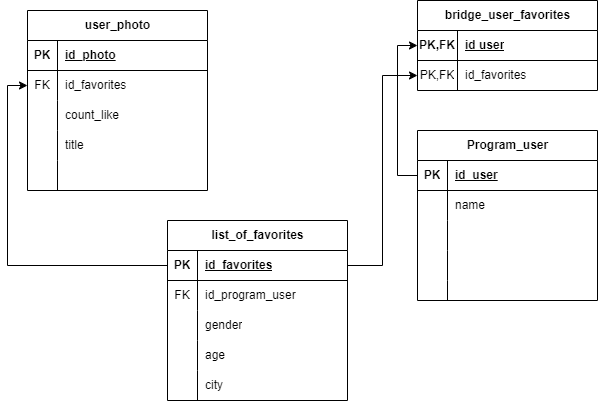
The draw.io diagram BD_telegram_bot.png in Orlov-Oleg-Igorevich/VKinder, before a commit. Source tidied: cells renumbered, new cells last; positions are measured from the earlier drawing's top-left corner, leaving out a move shared by most shapes.
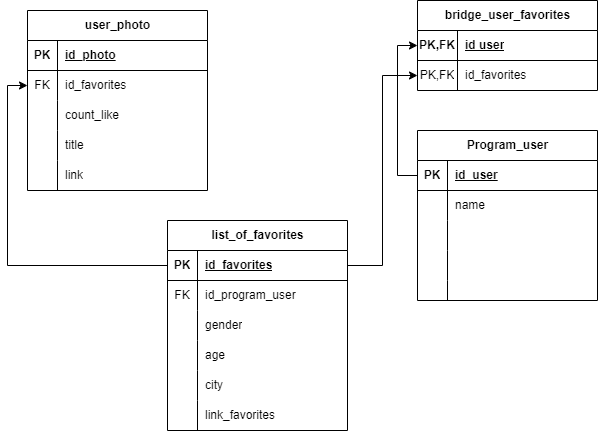
The same file after the commit.

The edit, as a diff of the source:
```diff
@@ -3,7 +3,7 @@
     <mxCell id="0" />
     <mxCell id="1" parent="0" />
     <mxCell id="2" value="list_of_favorites" style="shape=table;startSize=30;rowLines=0;fontStyle=1;align=center;html=1;" parent="1" vertex="1">
-      <mxGeometry x="140" y="220" width="180" height="180" as="geometry" />
+      <mxGeometry x="140" y="220" width="180" height="210" as="geometry" />
     </mxCell>
     <mxCell id="3" style="shape=tableRow;horizontal=0;startSize=0;swimlaneHead=0;swimlaneBody=0;fillColor=none;points=[[0,0.5],[1,0.5]];portConstraint=eastwest;top=0;left=0;right=0;bottom=1;" parent="2" vertex="1">
       <mxGeometry y="30" width="180" height="30" as="geometry" />
@@ -50,6 +50,15 @@
     <mxCell id="17" value="city" style="shape=partialRectangle;fillColor=none;top=0;left=0;bottom=0;right=0;align=left;spacingLeft=6;overflow=hidden;whiteSpace=wrap;html=1;" parent="15" vertex="1">
       <mxGeometry x="30" width="150" height="30" as="geometry" />
     </mxCell>
+    <mxCell id="60" style="shape=tableRow;horizontal=0;startSize=0;swimlaneHead=0;swimlaneBody=0;fillColor=none;top=0;left=0;right=0;bottom=0;" parent="2" vertex="1">
+      <mxGeometry y="180" width="180" height="30" as="geometry" />
+    </mxCell>
+    <mxCell id="61" style="shape=partialRectangle;fillColor=none;top=0;left=0;bottom=0;right=0;overflow=hidden;whiteSpace=wrap;html=1;" parent="60" vertex="1">
+      <mxGeometry width="30" height="30" as="geometry" />
+    </mxCell>
+    <mxCell id="62" value="link_favorites" style="shape=partialRectangle;fillColor=none;top=0;left=0;bottom=0;right=0;align=left;spacingLeft=6;overflow=hidden;whiteSpace=wrap;html=1;" parent="60" vertex="1">
+      <mxGeometry x="30" width="150" height="30" as="geometry" />
+    </mxCell>
     <mxCell id="18" value="user_photo" style="shape=table;startSize=30;rowLines=0;fontStyle=1;align=center;html=1;" parent="1" vertex="1">
       <mxGeometry y="10" width="180" height="180" as="geometry" />
     </mxCell>
@@ -95,7 +104,7 @@
     <mxCell id="32" style="shape=partialRectangle;fillColor=none;top=0;left=0;bottom=0;right=0;overflow=hidden;whiteSpace=wrap;html=1;" parent="31" vertex="1">
       <mxGeometry width="30" height="30" as="geometry" />
     </mxCell>
-    <mxCell id="33" style="shape=partialRectangle;fillColor=none;top=0;left=0;bottom=0;right=0;align=left;spacingLeft=6;overflow=hidden;whiteSpace=wrap;html=1;" parent="31" vertex="1">
+    <mxCell id="33" value="link" style="shape=partialRectangle;fillColor=none;top=0;left=0;bottom=0;right=0;align=left;spacingLeft=6;overflow=hidden;whiteSpace=wrap;html=1;" parent="31" vertex="1">
       <mxGeometry x="30" width="150" height="30" as="geometry" />
     </mxCell>
     <mxCell id="34" value="Program_user" style="shape=table;startSize=30;rowLines=0;fontStyle=1;align=center;html=1;" parent="1" vertex="1">
```
